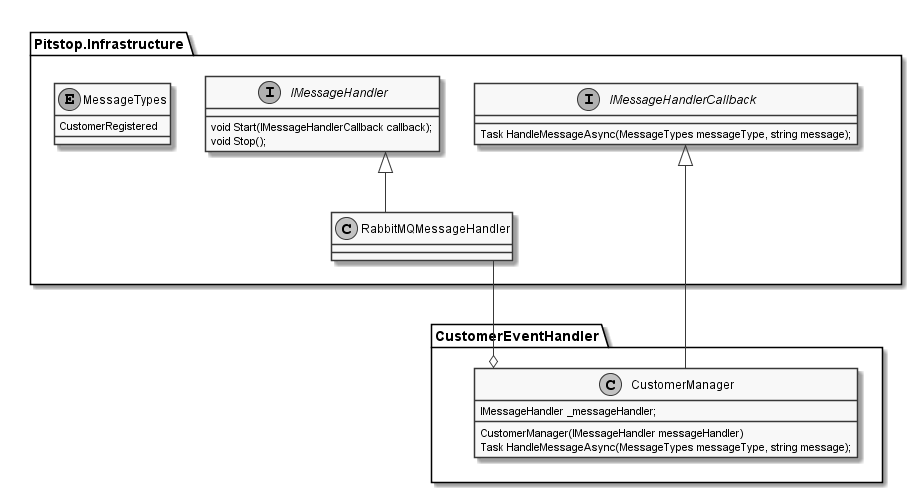
EdwinVW/pitstop keeps this PlantUML diagram as workshop/img/messaging-cd.png. Above is the earlier version.
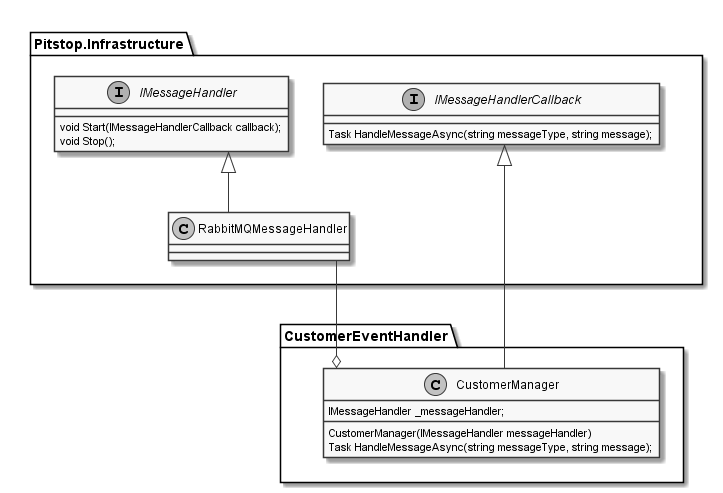
The same diagram one commit later.

Diff of the diagram source:
```diff
@@ -5,7 +5,7 @@
 
 package Pitstop.Infrastructure {
     interface IMessageHandlerCallback {
-        Task HandleMessageAsync(MessageTypes messageType, string message);
+        Task HandleMessageAsync(string messageType, string message);
     }
 
     interface IMessageHandler {
@@ -15,17 +15,13 @@
 
     class RabbitMQMessageHandler {
     }
-
-    enum MessageTypes {
-        CustomerRegistered
-    }
 }
 
 package CustomerEventHandler {
     class CustomerManager {
         IMessageHandler _messageHandler;
         CustomerManager(IMessageHandler messageHandler)
-        Task HandleMessageAsync(MessageTypes messageType, string message);
+        Task HandleMessageAsync(string messageType, string message);
     }
 }
 
```
